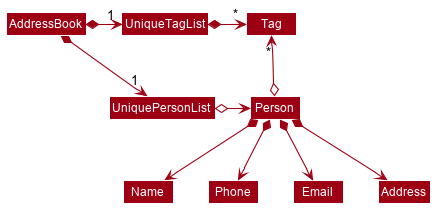
nus-cs2103-AY2021S2/tp keeps this PlantUML diagram as docs/images/BetterModelClassDiagram.png. Above is the earlier version.
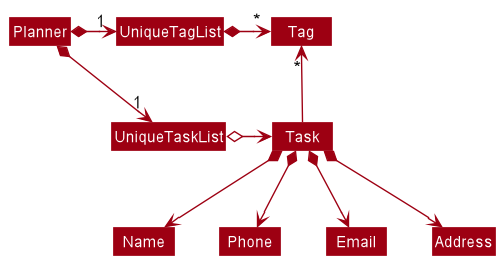
After the change.

The edit, as a diff of the source:
```diff
@@ -1,68 +1,21 @@
 @startuml
+!include style.puml
+skinparam arrowThickness 1.1
+skinparam arrowColor MODEL_COLOR
+skinparam classBackgroundColor MODEL_COLOR
 
-
-
-
-
-
-
-
-skinparam BackgroundColor #FFFFFFF
-
-skinparam Shadowing false
-
-skinparam Class {
-    FontColor #FFFFFF
-    BorderThickness 1
-    BorderColor #FFFFFF
-    StereotypeFontColor #FFFFFF
-    FontName Arial
-}
-
-skinparam Actor {
-    BorderColor #000000
-    Color #000000
-    FontName Arial
-}
-
-skinparam Sequence {
-    MessageAlign center
-    BoxFontSize 15
-    BoxPadding 0
-    BoxFontColor #FFFFFF
-    FontName Arial
-}
-
-skinparam Participant {
-    FontColor #FFFFFFF
-    Padding 20
-}
-
-skinparam MinClassWidth 50
-skinparam ParticipantPadding 10
-skinparam Shadowing false
-skinparam DefaultTextAlignment center
-skinparam packageStyle Rectangle
-
-hide footbox
-hide members
-hide circle
-skinparam arrowThickness 1.1
-skinparam arrowColor #9D0012
-skinparam classBackgroundColor #9D0012
-
-AddressBook *-right-> "1" UniquePersonList
-AddressBook *-right-> "1" UniqueTagList
-UniqueTagList -[hidden]down- UniquePersonList
-UniqueTagList -[hidden]down- UniquePersonList
+Planner *-right-> "1" UniqueTaskList
+Planner *-right-> "1" UniqueTagList
+UniqueTagList -[hidden]down- UniqueTaskList
+UniqueTagList -[hidden]down- UniqueTaskList
 
 UniqueTagList *-right-> "*" Tag
-UniquePersonList o-right-> Person
+UniqueTaskList o-right-> Task
 
-Person o-up-> "*" Tag
+Task -up-> "*" Tag
 
-Person *--> Name
-Person *--> Phone
-Person *--> Email
-Person *--> Address
+Task *--> Name
+Task *--> Phone
+Task *--> Email
+Task *--> Address
 @enduml
```
